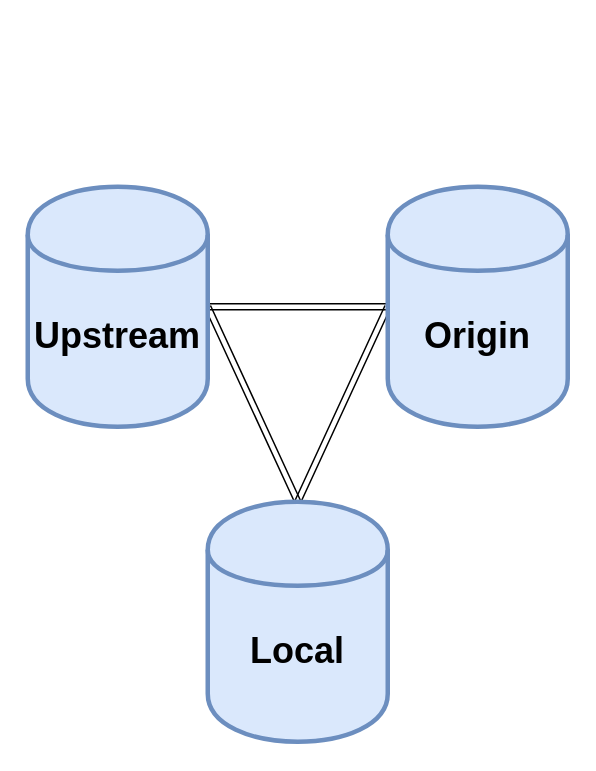
This is github-jupyter/git-distributed-repos.drawio from shadanan/shadanan.github.io, a draw.io file, before an edit. Source tidied: cells renumbered, new cells numbered last; positions are measured from the earlier drawing's top-left corner, leaving out a move shared by most shapes. Both pictures are drawn from the tidied source at 150%, with x=0, y=0 at pixel (27, 186).
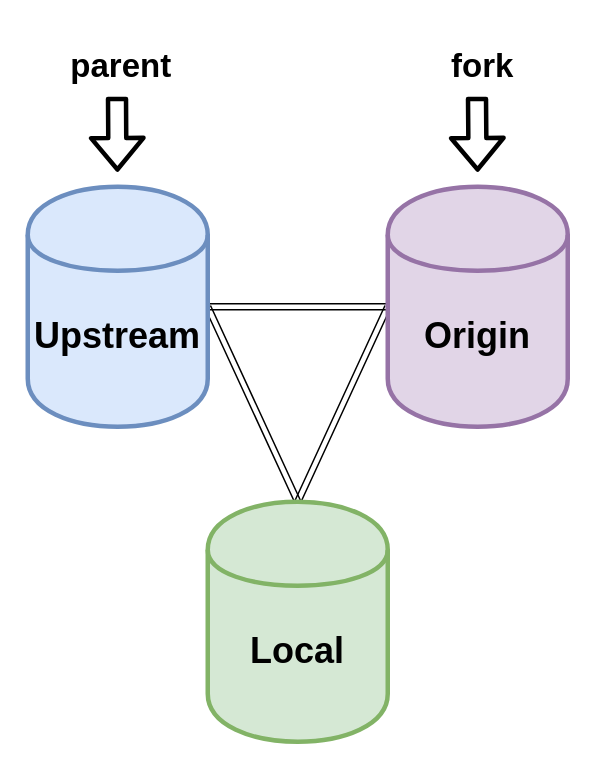
The same page after the edit.

Change to the diagram source:
```diff
@@
 <mxGraphModel background="#ffffff">
   <root>
     <mxCell id="0" />
     <mxCell id="1" parent="0" />
     <mxCell id="2" style="edgeStyle=orthogonalEdgeStyle;shape=link;rounded=0;jettySize=auto;html=1;exitX=1;exitY=0.5;exitDx=0;exitDy=0;entryX=0;entryY=0.5;entryDx=0;entryDy=0;" parent="1" edge="1" source="4" target="6">
       <mxGeometry relative="1" as="geometry" />
     </mxCell>
     <mxCell id="3" style="edgeStyle=none;shape=link;rounded=0;jettySize=auto;html=1;exitX=1;exitY=0.5;exitDx=0;exitDy=0;entryX=0.5;entryY=0;entryDx=0;entryDy=0;" parent="1" edge="1" source="4" target="7">
       <mxGeometry relative="1" as="geometry" />
     </mxCell>
     <mxCell id="4" value="&lt;h1&gt;Upstream&lt;/h1&gt;" style="shape=cylinder;whiteSpace=wrap;html=1;boundedLbl=1;strokeWidth=3;align=center;fillColor=#dae8fc;strokeColor=#6c8ebf;" parent="1" vertex="1">
       <mxGeometry width="120" height="160" as="geometry" />
     </mxCell>
     <mxCell id="5" style="shape=link;rounded=0;jettySize=auto;html=1;exitX=0;exitY=0.5;exitDx=0;exitDy=0;entryX=0.5;entryY=0;entryDx=0;entryDy=0;" parent="1" edge="1" source="6" target="7">
       <mxGeometry relative="1" as="geometry" />
     </mxCell>
-    <mxCell id="6" value="&lt;h1&gt;Origin&lt;/h1&gt;" style="shape=cylinder;whiteSpace=wrap;html=1;boundedLbl=1;strokeWidth=3;align=center;fillColor=#dae8fc;strokeColor=#6c8ebf;" parent="1" vertex="1">
+    <mxCell id="6" value="&lt;h1&gt;Origin&lt;/h1&gt;" style="shape=cylinder;whiteSpace=wrap;html=1;boundedLbl=1;strokeWidth=3;align=center;fillColor=#e1d5e7;strokeColor=#9673a6;" parent="1" vertex="1">
       <mxGeometry x="240" width="120" height="160" as="geometry" />
     </mxCell>
-    <mxCell id="7" value="&lt;h1&gt;Local&lt;/h1&gt;" style="shape=cylinder;whiteSpace=wrap;html=1;boundedLbl=1;strokeWidth=3;align=center;fillColor=#dae8fc;strokeColor=#6c8ebf;" parent="1" vertex="1">
+    <mxCell id="7" value="&lt;h1&gt;Local&lt;/h1&gt;" style="shape=cylinder;whiteSpace=wrap;html=1;boundedLbl=1;strokeWidth=3;align=center;fillColor=#d5e8d4;strokeColor=#82b366;" parent="1" vertex="1">
       <mxGeometry x="120" y="210" width="120" height="160" as="geometry" />
     </mxCell>
+    <mxCell id="8" style="shape=flexArrow;endArrow=classic;html=1;strokeWidth=3;" parent="1" edge="1">
+      <mxGeometry relative="1" as="geometry">
+        <mxPoint x="299.5" y="-60" as="sourcePoint" />
+        <mxPoint x="299.9" y="-10" as="targetPoint" />
+      </mxGeometry>
+    </mxCell>
+    <mxCell id="9" value="&lt;h1&gt;fork&lt;/h1&gt;" style="edgeLabel;html=1;align=center;verticalAlign=middle;labelBackgroundColor=none;" parent="8" vertex="1">
+      <mxGeometry x="-0.36" y="1" relative="1" as="geometry">
+        <mxPoint x="1.4" y="-36" as="offset" />
+      </mxGeometry>
+    </mxCell>
+    <mxCell id="10" style="shape=flexArrow;endArrow=classic;html=1;strokeWidth=3;" parent="1" edge="1">
+      <mxGeometry relative="1" as="geometry">
+        <mxPoint x="59.5" y="-60" as="sourcePoint" />
+        <mxPoint x="59.8" y="-10" as="targetPoint" />
+      </mxGeometry>
+    </mxCell>
+    <mxCell id="11" value="&lt;h1&gt;parent&lt;/h1&gt;" style="edgeLabel;html=1;align=center;verticalAlign=middle;labelBackgroundColor=none;" parent="10" vertex="1">
+      <mxGeometry x="-0.36" y="1" relative="1" as="geometry">
+        <mxPoint x="1.4" y="-36" as="offset" />
+      </mxGeometry>
+    </mxCell>
   </root>
 </mxGraphModel>
```
